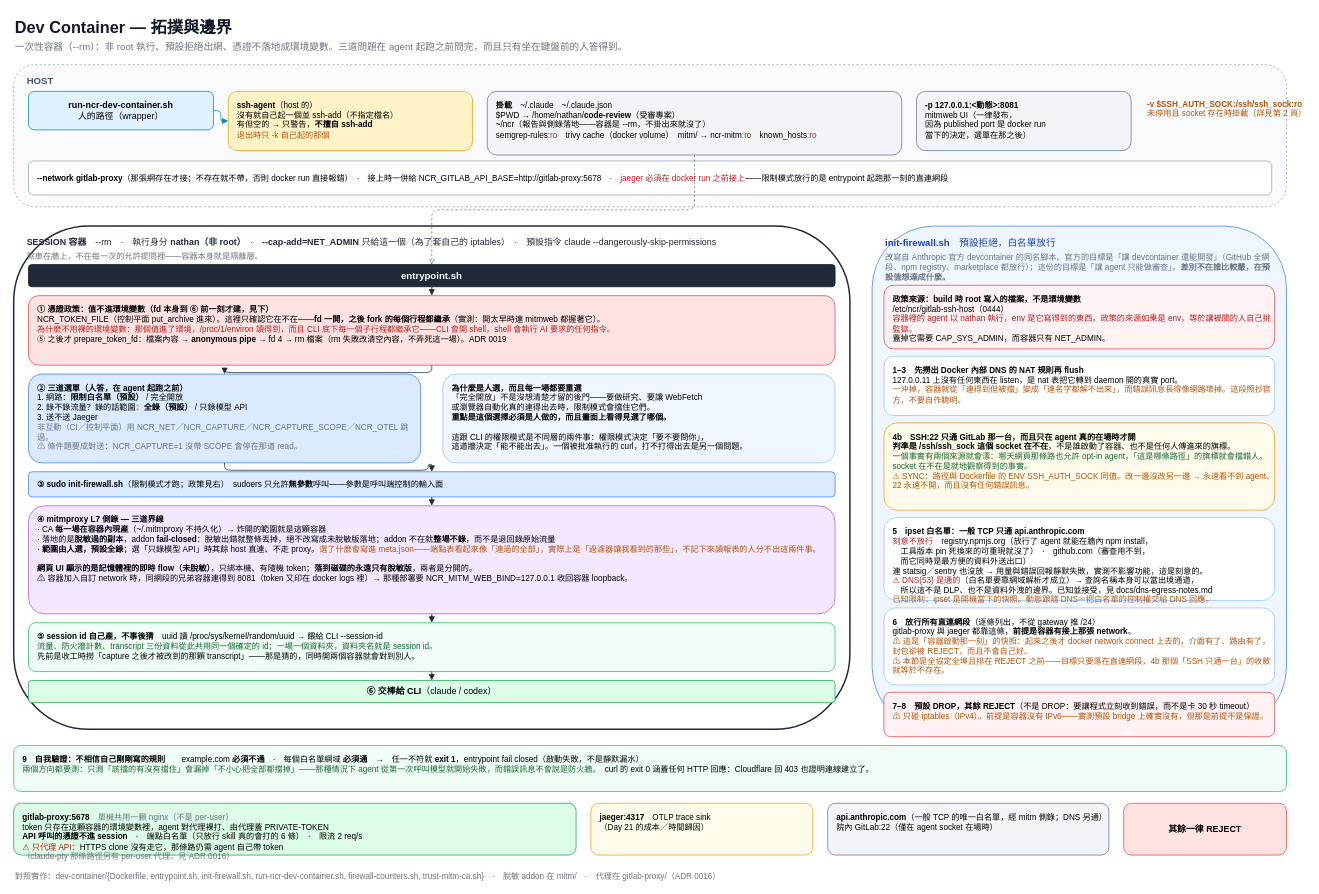
Above: page "1. Dev Container 拓撲與邊界" (1 of 3) of docs/dev-container.drawio in nathanfhh/30-days-ironman (draw.io), before the change. Source tidied: cells renumbered, new cells numbered last; positions are measured from the earlier drawing's top-left corner, leaving out a move shared by most shapes. Both pictures are drawn from the tidied source at 74%, with x=0, y=0 at pixel (13, 13).
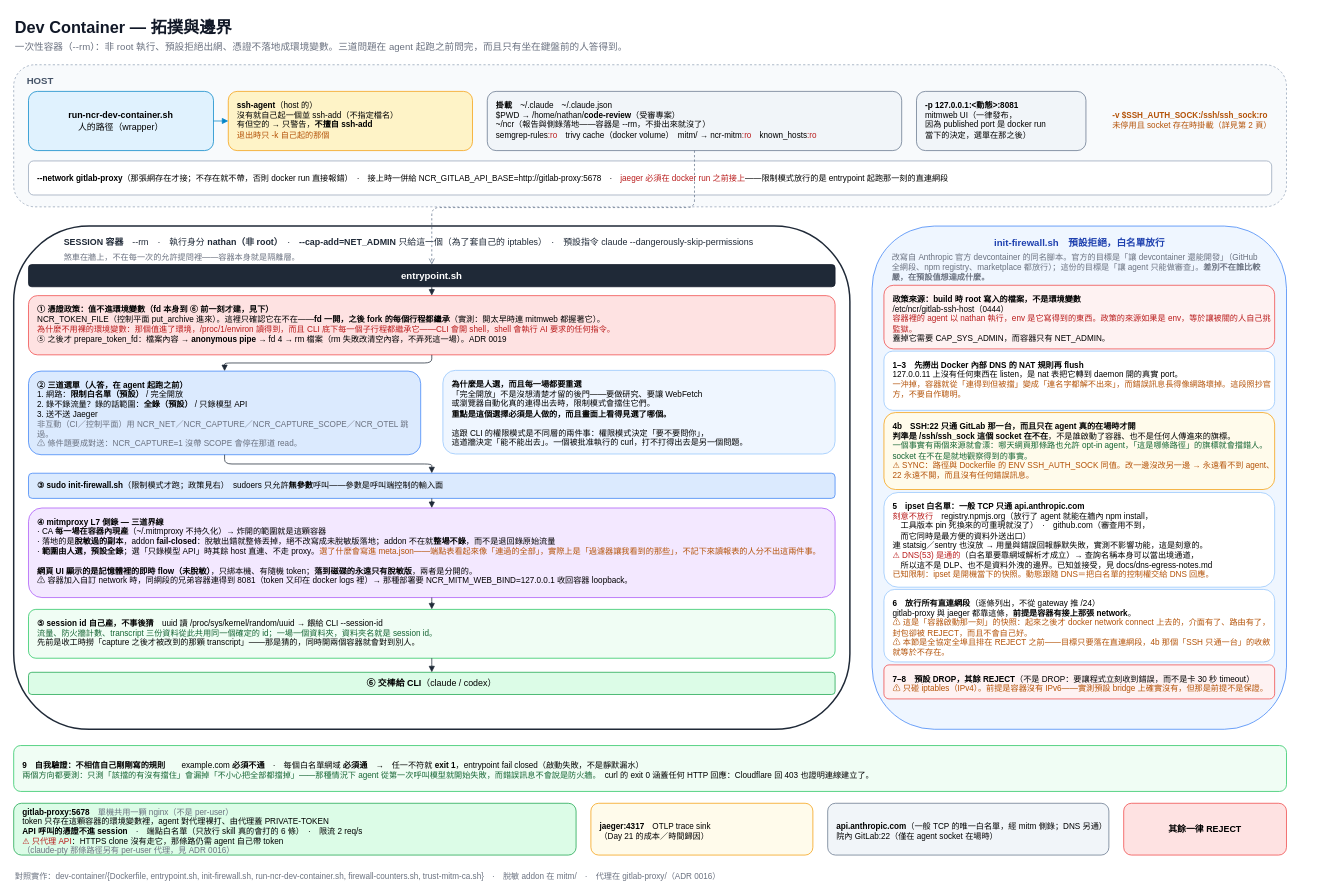
Above is the later version.

The edit, as a diff of the source:
```diff
@@
     <mxCell id="6" value="&lt;b&gt;run-ncr-dev-container.sh&lt;/b&gt;&#10;人的路徑（wrapper）" style="rounded=1;whiteSpace=wrap;html=1;fillColor=#e0f2fe;strokeColor=#0284c7;fontSize=12;" parent="1" vertex="1">
-      <mxGeometry x="20" y="106" width="250" height="52" as="geometry" />
+      <mxGeometry x="20" y="106" width="250" height="80" as="geometry" />
     </mxCell>
@@
     <mxCell id="8" value="&lt;b&gt;掛載&lt;/b&gt;　~/.claude　~/.claude.json&#10;$PWD → /home/nathan/&lt;b&gt;code-review&lt;/b&gt;（受審專案）&#10;~/ncr（報告與側錄落地——容器是 --rm，不掛出來就沒了）&#10;semgrep-rules&lt;font color=&quot;#b91c1c&quot;&gt;:ro&lt;/font&gt;　trivy cache（docker volume）　mitm/ → ncr-mitm&lt;font color=&quot;#b91c1c&quot;&gt;:ro&lt;/font&gt;　known_hosts&lt;font color=&quot;#b91c1c&quot;&gt;:ro&lt;/font&gt;" style="rounded=1;whiteSpace=wrap;html=1;fillColor=#f1f5f9;strokeColor=#64748b;fontSize=11;align=left;spacingLeft=10;verticalAlign=top;spacingTop=6;" parent="1" vertex="1">
-      <mxGeometry x="640" y="106" width="560" height="86" as="geometry" />
+      <mxGeometry x="640" y="106" width="560" height="80" as="geometry" />
     </mxCell>
     <mxCell id="9" value="&lt;b&gt;-p 127.0.0.1:&lt;動態&gt;:8081&lt;/b&gt;&#10;mitmweb UI（一律發布，&#10;因為 published port 是 docker run&#10;當下的決定，選單在那之後）" style="rounded=1;whiteSpace=wrap;html=1;fillColor=#f1f5f9;strokeColor=#64748b;fontSize=11;align=left;spacingLeft=10;verticalAlign=top;spacingTop=6;" parent="1" vertex="1">
-      <mxGeometry x="1220" y="106" width="290" height="80" as="geometry" />
+      <mxGeometry x="1220" y="106" width="229" height="80" as="geometry" />
     </mxCell>
     <mxCell id="10" value="&lt;b&gt;-v $SSH_AUTH_SOCK:/ssh/ssh_sock:ro&lt;/b&gt;&#10;未停用且 socket 存在時掛載（詳見第 2 頁）" style="text;html=1;fontSize=11;align=left;verticalAlign=top;fontColor=#b45309;" parent="1" vertex="1">
-      <mxGeometry x="1530" y="110" width="190" height="48" as="geometry" />
+      <mxGeometry x="1483" y="126" width="221" height="40" as="geometry" />
     </mxCell>
@@
     <mxCell id="14" value="&lt;b&gt;SESSION 容器&lt;/b&gt;　--rm　·　執行身分 &lt;b&gt;nathan（非 root）&lt;/b&gt;　·　&lt;b&gt;--cap-add=NET_ADMIN&lt;/b&gt; 只給這一個（為了套自己的 iptables）　·　預設指令 claude --dangerously-skip-permissions" style="text;html=1;fontSize=12;align=left;fontColor=#1f2937;" parent="1" vertex="1">
-      <mxGeometry x="16" y="296" width="1110" height="20" as="geometry" />
+      <mxGeometry x="66" y="296" width="1110" height="20" as="geometry" />
     </mxCell>
     <mxCell id="15" value="煞車在牆上，不在每一次的允許提問裡——容器本身就是隔離層。" style="text;html=1;fontSize=11;align=left;fontColor=#6b7280;" parent="1" vertex="1">
-      <mxGeometry x="16" y="316" width="700" height="16" as="geometry" />
+      <mxGeometry x="66" y="318" width="700" height="16" as="geometry" />
     </mxCell>
@@
     <mxCell id="17" value="&lt;b&gt;① 憑證政策：值不進環境變數（fd 本身到 ⑥ 前一刻才建，見下）&lt;/b&gt;&#10;NCR_TOKEN_FILE（控制平面 put_archive 進來）。這裡只確認它在不在——&lt;b&gt;fd 一開，之後 fork 的每個行程都繼承&lt;/b&gt;（實測：開太早時連 mitmweb 都握著它）。&#10;&lt;font color=&quot;#b91c1c&quot;&gt;為什麼不用裸的環境變數：那個值進了環境，/proc/1/environ 讀得到，而且 CLI 底下每一個子行程都繼承它——CLI 會開 shell，shell 會執行 AI 要求的任何指令。&lt;/font&gt;&#10;⑤ 之後才 prepare_token_fd：檔案內容 → &lt;b&gt;anonymous pipe&lt;/b&gt; → fd 4 → rm 檔案（rm 失敗改清空內容，不弄死這一場）。ADR 0019" style="rounded=1;whiteSpace=wrap;html=1;fillColor=#fee2e2;strokeColor=#ef4444;fontSize=11;align=left;spacingLeft=10;verticalAlign=top;spacingTop=6;" parent="1" vertex="1">
-      <mxGeometry x="20" y="382" width="1090" height="94" as="geometry" />
+      <mxGeometry x="20" y="382" width="1090" height="80" as="geometry" />
     </mxCell>
     <mxCell id="18" value="&lt;b&gt;② 三道選單（人答，在 agent 起跑之前）&lt;/b&gt;&#10;1. 網路：&lt;b&gt;限制白名單（預設）&lt;/b&gt; / 完全開放&#10;2. 錄不錄流量？錄的話範圍：&lt;b&gt;全錄（預設）&lt;/b&gt; / 只錄模型 API&#10;3. 送不送 Jaeger&#10;&lt;font color=&quot;#6b7280&quot;&gt;非互動（CI／控制平面）用 NCR_NET／NCR_CAPTURE／NCR_CAPTURE_SCOPE／NCR_OTEL 跳過。&#10;⚠ 條件題要成對送：NCR_CAPTURE=1 沒帶 SCOPE 會停在那道 read。&lt;/font&gt;" style="rounded=1;whiteSpace=wrap;html=1;fillColor=#dbeafe;strokeColor=#3b82f6;fontSize=11;align=left;spacingLeft=10;verticalAlign=top;spacingTop=6;" parent="1" vertex="1">
-      <mxGeometry x="20" y="488" width="530" height="120" as="geometry" />
+      <mxGeometry x="20" y="484" width="530" height="113" as="geometry" />
     </mxCell>
     <mxCell id="19" value="&lt;b&gt;為什麼是人選，而且每一場都要重選&lt;/b&gt;&#10;「完全開放」不是沒想清楚才留的後門——要做研究、要讓 WebFetch&#10;或瀏覽器自動化真的連得出去時，限制模式會擋住它們。&#10;&lt;b&gt;重點是這個選擇必須是人做的，而且畫面上看得見選了哪個。&lt;/b&gt;&#10;&#10;這跟 CLI 的權限模式是不同層的兩件事：權限模式決定「要不要問你」，&#10;這道牆決定「能不能出去」。一個被批准執行的 curl，打不打得出去是另一個問題。" style="rounded=1;whiteSpace=wrap;html=1;fillColor=#eff6ff;strokeColor=#93c5fd;fontSize=11;align=left;spacingLeft=10;verticalAlign=top;spacingTop=6;" parent="1" vertex="1">
-      <mxGeometry x="580" y="488" width="530" height="120" as="geometry" />
+      <mxGeometry x="580" y="483" width="530" height="113" as="geometry" />
     </mxCell>
     <mxCell id="20" value="&lt;b&gt;③ sudo init-firewall.sh&lt;/b&gt;（限制模式才跑；政策見右）　sudoers 只允許&lt;b&gt;無參數&lt;/b&gt;呼叫——參數是呼叫端控制的輸入面" style="rounded=1;whiteSpace=wrap;html=1;fillColor=#dbeafe;strokeColor=#3b82f6;fontSize=11;align=left;spacingLeft=10;" parent="1" vertex="1">
-      <mxGeometry x="20" y="620" width="1090" height="34" as="geometry" />
+      <mxGeometry x="20" y="622" width="1090" height="34" as="geometry" />
     </mxCell>
     <mxCell id="21" value="&lt;b&gt;④ mitmproxy L7 側錄 — 三道界線&lt;/b&gt;&#10;· CA &lt;b&gt;每一場在容器內現產&lt;/b&gt;（~/.mitmproxy 不持久化）→ 炸開的範圍就是這顆容器&#10;· 落地的是&lt;b&gt;脫敏過的副本&lt;/b&gt;，addon &lt;b&gt;fail-closed&lt;/b&gt;：脫敏出錯就整條丟掉，絕不改寫成未脫敏版落地；addon 不在就&lt;b&gt;整場不錄&lt;/b&gt;，而不是退回錄原始流量&#10;· &lt;b&gt;範圍由人選，預設全錄&lt;/b&gt;；選「只錄模型 API」時其餘 host 直連、不走 proxy。&lt;font color=&quot;#b45309&quot;&gt;選了什麼會寫進 meta.json——端點表看起來像「連過的全部」，實際上是「過濾器讓我看到的那些」，不記下來讀報表的人分不出這兩件事。&lt;/font&gt;&#10;&#10;&lt;b&gt;網頁 UI 顯示的是記憶體裡的即時 flow（未脫敏）&lt;/b&gt;，只綁本機、有隨機 token；&lt;b&gt;落到磁碟的永遠只有脫敏版&lt;/b&gt;，兩者是分開的。&#10;⚠ 容器加入自訂 network 時，同網段的兄弟容器連得到 8081（token 又印在 docker logs 裡）→ 那種部署要 NCR_MITM_WEB_BIND=127.0.0.1 收回容器 loopback。" style="rounded=1;whiteSpace=wrap;html=1;fillColor=#f3e8ff;strokeColor=#a855f7;fontSize=11;align=left;spacingLeft=10;verticalAlign=top;spacingTop=6;" parent="1" vertex="1">
-      <mxGeometry x="20" y="666" width="1090" height="146" as="geometry" />
+      <mxGeometry x="20" y="669" width="1090" height="121" as="geometry" />
     </mxCell>
     <mxCell id="22" value="&lt;b&gt;⑤ session id 自己產，不事後猜&lt;/b&gt;　uuid 讀 /proc/sys/kernel/random/uuid → 餵給 CLI --session-id&#10;&lt;font color=&quot;#166534&quot;&gt;流量、防火牆計數、transcript 三份資料從此共用同一個確定的 id；一場一個資料夾，資料夾名就是 session id。&lt;/font&gt;&#10;先前是收工時撈「capture 之後才被改到的那顆 transcript」——那是猜的，同時開兩個容器就會對到別人。" style="rounded=1;whiteSpace=wrap;html=1;fillColor=#f0fdf4;strokeColor=#22c55e;fontSize=11;align=left;spacingLeft=10;verticalAlign=top;spacingTop=6;" parent="1" vertex="1">
-      <mxGeometry x="20" y="824" width="1090" height="66" as="geometry" />
+      <mxGeometry x="20" y="806" width="1090" height="66" as="geometry" />
     </mxCell>
     <mxCell id="23" value="&lt;b&gt;⑥ 交棒給 CLI&lt;/b&gt;（claude / codex）" style="rounded=1;whiteSpace=wrap;html=1;fillColor=#dcfce7;strokeColor=#16a34a;fontSize=12;" parent="1" vertex="1">
-      <mxGeometry x="20" y="902" width="1090" height="30" as="geometry" />
+      <mxGeometry x="20" y="891" width="1090" height="30" as="geometry" />
     </mxCell>
@@
-    <mxCell id="32" value="&lt;b&gt;init-firewall.sh&lt;/b&gt;　預設拒絕，白名單放行" style="text;html=1;fontSize=13;align=left;fontColor=#1e40af;" parent="1" vertex="1">
-      <mxGeometry x="1176" y="296" width="500" height="20" as="geometry" />
+    <mxCell id="32" value="&lt;span&gt;init-firewall.sh&lt;/span&gt;　預設拒絕，白名單放行" style="text;html=1;fontSize=13;align=center;fontColor=#1e40af;fontStyle=1;" parent="1" vertex="1">
+      <mxGeometry x="1190" y="297" width="500" height="20" as="geometry" />
     </mxCell>
     <mxCell id="33" value="改寫自 Anthropic 官方 devcontainer 的同名腳本。官方的目標是「讓 devcontainer 還能開發」（GitHub 全網段、npm registry、marketplace 都放行）；這份的目標是「讓 agent 只能做審查」。&lt;b&gt;差別不在誰比較嚴，在預設值想達成什麼。&lt;/b&gt;" style="text;html=1;whiteSpace=wrap;fontSize=11;align=left;verticalAlign=top;fontColor=#6b7280;" parent="1" vertex="1">
-      <mxGeometry x="1176" y="318" width="528" height="46" as="geometry" />
+      <mxGeometry x="1185" y="318" width="510" height="46" as="geometry" />
     </mxCell>
@@
     <mxCell id="35" value="&lt;b&gt;1–3　先撈出 Docker 內部 DNS 的 NAT 規則再 flush&lt;/b&gt;&#10;127.0.0.11 上沒有任何東西在 listen，是 nat 表把它轉到 daemon 開的真實 port。&#10;&lt;font color=&quot;#b45309&quot;&gt;一沖掉，容器就從「連得到但被擋」變成「連名字都解不出來」，而錯誤訊息長得像網路壞掉。這段照抄官方，不要自作聰明。&lt;/font&gt;" style="rounded=1;whiteSpace=wrap;html=1;fillColor=#ffffff;strokeColor=#93c5fd;fontSize=11;align=left;spacingLeft=10;verticalAlign=top;spacingTop=6;" parent="1" vertex="1">
-      <mxGeometry x="1176" y="464" width="528" height="80" as="geometry" />
+      <mxGeometry x="1176" y="457" width="528" height="80" as="geometry" />
     </mxCell>
     <mxCell id="36" value="&lt;b&gt;4b　SSH:22 只通 GitLab 那一台，而且只在 agent 真的在場時才開&lt;/b&gt;&#10;&lt;b&gt;判準是 /ssh/ssh_sock 這個 socket 在不在&lt;/b&gt;，不是誰啟動了容器、也不是任何人傳進來的旗標。&#10;&lt;font color=&quot;#166534&quot;&gt;一個事實有兩個來源就會漂：哪天網頁那條路也允許 opt-in agent，「這是哪條路徑」的旗標就會擋錯人。socket 在不在是就地觀察得到的事實。&lt;/font&gt;&#10;&lt;font color=&quot;#b45309&quot;&gt;⚠ SYNC：路徑與 Dockerfile 的 ENV SSH_AUTH_SOCK 同值。改一邊沒改另一邊 → 永遠看不到 agent、22 永遠不開，而且沒有任何錯誤訊息。&lt;/font&gt;" style="rounded=1;whiteSpace=wrap;html=1;fillColor=#fffbeb;strokeColor=#f59e0b;fontSize=11;align=left;spacingLeft=10;verticalAlign=top;spacingTop=6;" parent="1" vertex="1">
-      <mxGeometry x="1176" y="554" width="528" height="118" as="geometry" />
+      <mxGeometry x="1176" y="540" width="528" height="104" as="geometry" />
     </mxCell>
     <mxCell id="37" value="&lt;b&gt;5　ipset 白名單：一般 TCP 只通 api.anthropic.com&lt;/b&gt;&#10;&lt;font color=&quot;#b91c1c&quot;&gt;刻意不放行&lt;/font&gt;　registry.npmjs.org（放行了 agent 就能在牆內 npm install，&#10;　工具版本 pin 死換來的可重現就沒了）　·　github.com（審查用不到，&#10;　而它同時是最方便的資料外送出口）&#10;連 statsig／sentry 也沒放 → 用量與錯誤回報靜默失敗，實測不影響功能，這是刻意的。&#10;&lt;font color=&quot;#b91c1c&quot;&gt;⚠ DNS(53) 是通的&lt;/font&gt;（白名單要靠網域解析才成立）→ 查詢名稱本身可以當出境通道，&#10;　所以這不是 DLP、也不是資料外洩的邊界。已知並接受，見 docs/dns-egress-notes.md&#10;&lt;font color=&quot;#b45309&quot;&gt;已知限制：ipset 是開機當下的快照。動態跟隨 DNS＝把白名單的控制權交給 DNS 回應。&lt;/font&gt;" style="rounded=1;whiteSpace=wrap;html=1;fillColor=#ffffff;strokeColor=#93c5fd;fontSize=11;align=left;spacingLeft=10;verticalAlign=top;spacingTop=6;" parent="1" vertex="1">
-      <mxGeometry x="1176" y="682" width="528" height="112" as="geometry" />
+      <mxGeometry x="1176" y="648" width="528" height="128" as="geometry" />
     </mxCell>
     <mxCell id="38" value="&lt;b&gt;6　放行所有直連網段&lt;/b&gt;（逐條列出，不從 gateway 推 /24）&#10;gitlab-proxy 與 jaeger 都靠這條，&lt;b&gt;前提是容器有接上那張 network&lt;/b&gt;。&#10;&lt;font color=&quot;#b45309&quot;&gt;⚠ 這是「容器啟動那一刻」的快照：起來之後才 docker network connect 上去的，介面有了、路由有了，封包卻被 REJECT，而且不會自己好。&#10;⚠ 本節是全協定全埠且排在 REJECT 之前——目標只要落在直連網段，4b 那個「SSH 只通一台」的收斂就等於不存在。&lt;/font&gt;" style="rounded=1;whiteSpace=wrap;html=1;fillColor=#ffffff;strokeColor=#93c5fd;fontSize=11;align=left;spacingLeft=10;verticalAlign=top;spacingTop=6;" parent="1" vertex="1">
-      <mxGeometry x="1176" y="804" width="528" height="104" as="geometry" />
+      <mxGeometry x="1176" y="779" width="528" height="98" as="geometry" />
     </mxCell>
     <mxCell id="39" value="&lt;b&gt;7–8　預設 DROP，其餘 REJECT&lt;/b&gt;（不是 DROP：要讓程式立刻收到錯誤，而不是卡 30 秒 timeout）&#10;&lt;font color=&quot;#b45309&quot;&gt;⚠ 只碰 iptables（IPv4）。前提是容器沒有 IPv6——實測預設 bridge 上確實沒有，但那是前提不是保證。&lt;/font&gt;" style="rounded=1;whiteSpace=wrap;html=1;fillColor=#fef2f2;strokeColor=#ef4444;fontSize=11;align=left;spacingLeft=10;verticalAlign=top;spacingTop=6;" parent="1" vertex="1">
-      <mxGeometry x="1176" y="918" width="528" height="60" as="geometry" />
+      <mxGeometry x="1176" y="881" width="528" height="46" as="geometry" />
     </mxCell>
-    <mxCell id="40" value="&lt;b&gt;9　自我驗證：不相信自己剛剛寫的規則&lt;/b&gt;　　example.com &lt;b&gt;必須不通&lt;/b&gt;　·　每個白名單網域 &lt;b&gt;必須通&lt;/b&gt;　→　任一不符就 &lt;b&gt;exit 1&lt;/b&gt;，entrypoint fail closed（啟動失敗，不是靜默漏水）&#10;&lt;font color=&quot;#166534&quot;&gt;兩個方向都要測：只測「該擋的有沒有擋住」會漏掉「不小心把全部都擋掉」——那種情況下 agent 從第一次呼叫模型就開始失敗，而錯誤訊息不會說是防火牆。&lt;/font&gt;　curl 的 exit 0 涵蓋任何 HTTP 回應：Cloudflare 回 403 也證明連線建立了。" style="rounded=1;whiteSpace=wrap;html=1;fillColor=#f0fdf4;strokeColor=#22c55e;fontSize=11;align=left;spacingLeft=10;verticalAlign=top;spacingTop=6;" parent="1" vertex="1">
+    <mxCell id="40" value="&lt;b&gt;9　自我驗證：不相信自己剛剛寫的規則&lt;/b&gt;　　example.com &lt;b&gt;必須不通&lt;/b&gt;　·　每個白名單網域 &lt;b&gt;必須通&lt;/b&gt;　→　任一不符就 &lt;b&gt;exit 1&lt;/b&gt;，entrypoint fail closed（啟動失敗，不是靜默漏水）&#10;&lt;font color=&quot;#166534&quot;&gt;兩個方向都要測：只測「該擋的有沒有擋住」會漏掉「不小心把全部都擋掉」——那種情況下 agent 從第一次呼叫模型就開始失敗，而錯誤訊息不會說是防火牆。&lt;/font&gt;　curl 的 exit 0 涵蓋任何 HTTP 回應：Cloudflare 回 403 也證明連線建立了。" style="rounded=1;whiteSpace=wrap;html=1;fillColor=#f0fdf4;strokeColor=#22c55e;fontSize=11;align=left;spacingLeft=10;verticalAlign=middle;spacingTop=6;" parent="1" vertex="1">
       <mxGeometry y="990" width="1720" height="62" as="geometry" />
     </mxCell>
-    <mxCell id="41" value="&lt;b&gt;gitlab-proxy:5678&lt;/b&gt;　&lt;font color=&quot;#6b7280&quot;&gt;單機共用一顆 nginx（不是 per-user）&lt;/font&gt;&#10;token 只存在這顆容器的環境變數裡，agent 對代理裸打、由代理蓋 PRIVATE-TOKEN&#10;&lt;b&gt;API 呼叫的憑證不進 session&lt;/b&gt;　·　端點白名單（只放行 skill 真的會打的 6 條）　·　限流 2 req/s&#10;&lt;font color=&quot;#b91c1c&quot;&gt;⚠ 只代理 API&lt;/font&gt;：HTTPS clone 沒有走它，那條路仍需 agent 自己帶 token&#10;&lt;font color=&quot;#6b7280&quot;&gt;（claude-pty 那條路徑另有 per-user 代理，見 ADR 0016）&lt;/font&gt;" style="rounded=1;whiteSpace=wrap;html=1;fillColor=#dcfce7;strokeColor=#16a34a;fontSize=11;align=left;spacingLeft=10;verticalAlign=top;spacingTop=6;" parent="1" vertex="1">
+    <mxCell id="41" value="&lt;b&gt;gitlab-proxy:5678&lt;/b&gt;　&lt;font color=&quot;#6b7280&quot;&gt;單機共用一顆 nginx（不是 per-user）&lt;/font&gt;&#10;token 只存在這顆容器的環境變數裡，agent 對代理裸打、由代理蓋 PRIVATE-TOKEN&#10;&lt;b&gt;API 呼叫的憑證不進 session&lt;/b&gt;　·　端點白名單（只放行 skill 真的會打的 6 條）　·　限流 2 req/s&#10;&lt;font color=&quot;#b91c1c&quot;&gt;⚠ 只代理 API&lt;/font&gt;：HTTPS clone 沒有走它，那條路仍需 agent 自己帶 token&#10;&lt;font color=&quot;#6b7280&quot;&gt;（claude-pty 那條路徑另有 per-user 代理，見 ADR 0016）&lt;/font&gt;" style="rounded=1;whiteSpace=wrap;html=1;fillColor=#dcfce7;strokeColor=#16a34a;fontSize=11;align=left;spacingLeft=10;verticalAlign=middle;spacingTop=6;" parent="1" vertex="1">
       <mxGeometry y="1068" width="760" height="70" as="geometry" />
     </mxCell>
-    <mxCell id="42" value="&lt;b&gt;jaeger:4317&lt;/b&gt;　OTLP trace sink&#10;（Day 21 的成本／時間歸因）" style="rounded=1;whiteSpace=wrap;html=1;fillColor=#fffbeb;strokeColor=#f59e0b;fontSize=11;align=left;spacingLeft=10;verticalAlign=top;spacingTop=6;" parent="1" vertex="1">
+    <mxCell id="42" value="&lt;b&gt;jaeger:4317&lt;/b&gt;　OTLP trace sink&#10;（Day 21 的成本／時間歸因）" style="rounded=1;whiteSpace=wrap;html=1;fillColor=#fffbeb;strokeColor=#f59e0b;fontSize=11;align=left;spacingLeft=10;verticalAlign=middle;spacingTop=6;" parent="1" vertex="1">
       <mxGeometry x="780" y="1068" width="300" height="70" as="geometry" />
     </mxCell>
-    <mxCell id="43" value="&lt;b&gt;api.anthropic.com&lt;/b&gt;（一般 TCP 的唯一白名單，經 mitm 側錄；DNS 另通）&lt;br&gt;院內 GitLab:22（僅在 agent socket 在場時）" style="rounded=1;whiteSpace=wrap;html=1;fillColor=#f1f5f9;strokeColor=#64748b;fontSize=11;align=left;spacingLeft=10;verticalAlign=top;spacingTop=6;" parent="1" vertex="1">
+    <mxCell id="43" value="&lt;b&gt;api.anthropic.com&lt;/b&gt;（一般 TCP 的唯一白名單，經 mitm 側錄；DNS 另通）&lt;br&gt;院內 GitLab:22（僅在 agent socket 在場時）" style="rounded=1;whiteSpace=wrap;html=1;fillColor=#f1f5f9;strokeColor=#64748b;fontSize=11;align=left;spacingLeft=10;verticalAlign=middle;spacingTop=6;" parent="1" vertex="1">
       <mxGeometry x="1100" y="1068" width="380" height="70" as="geometry" />
     </mxCell>
```
